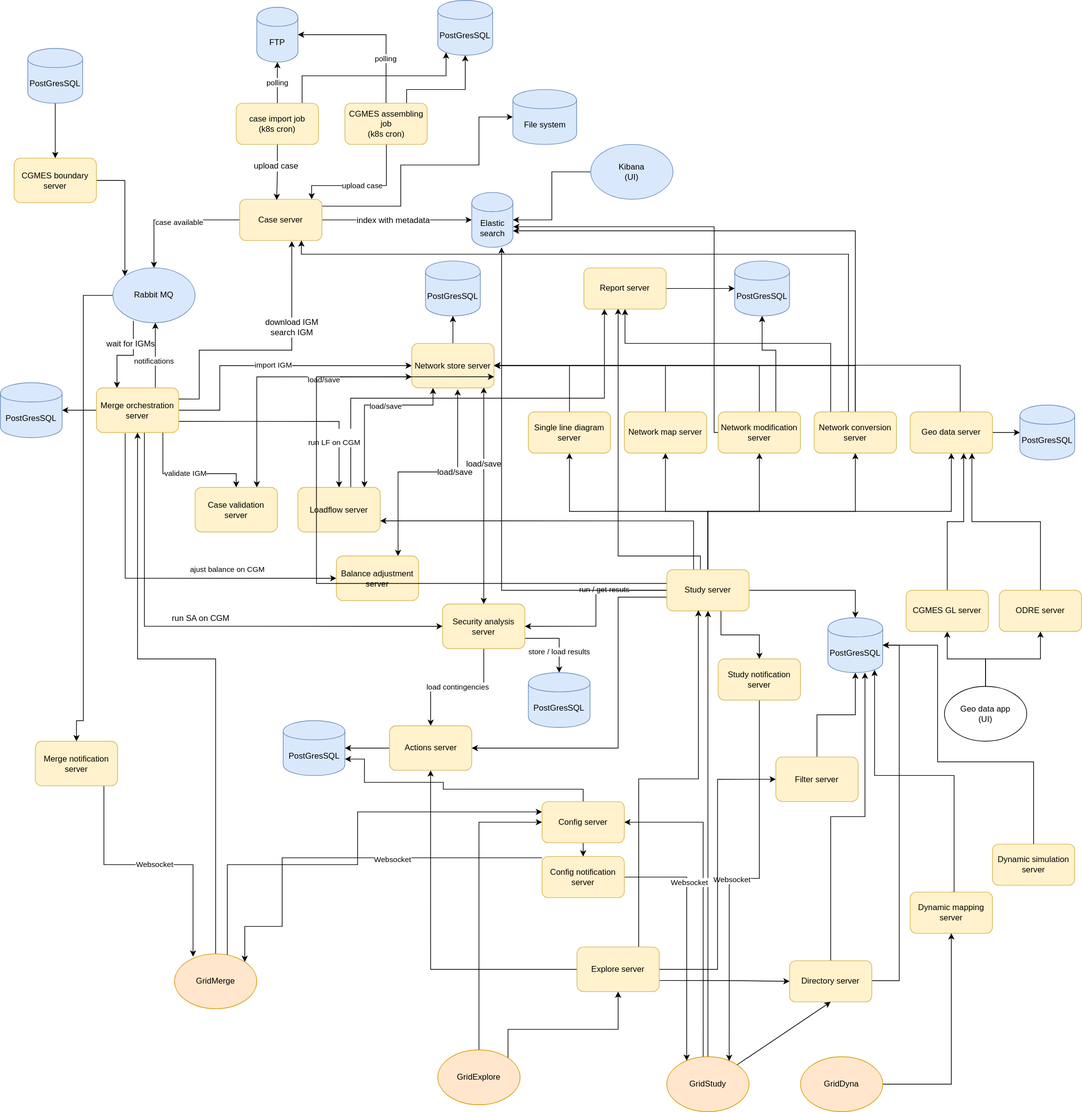
gridsuite/documentation keeps this draw.io diagram as diagrams/gridsuite_architecture.svg. Above is the earlier version. Source tidied: cells renumbered, new cells last; positions are measured from the earlier drawing's top-left corner, leaving out a move shared by most shapes.
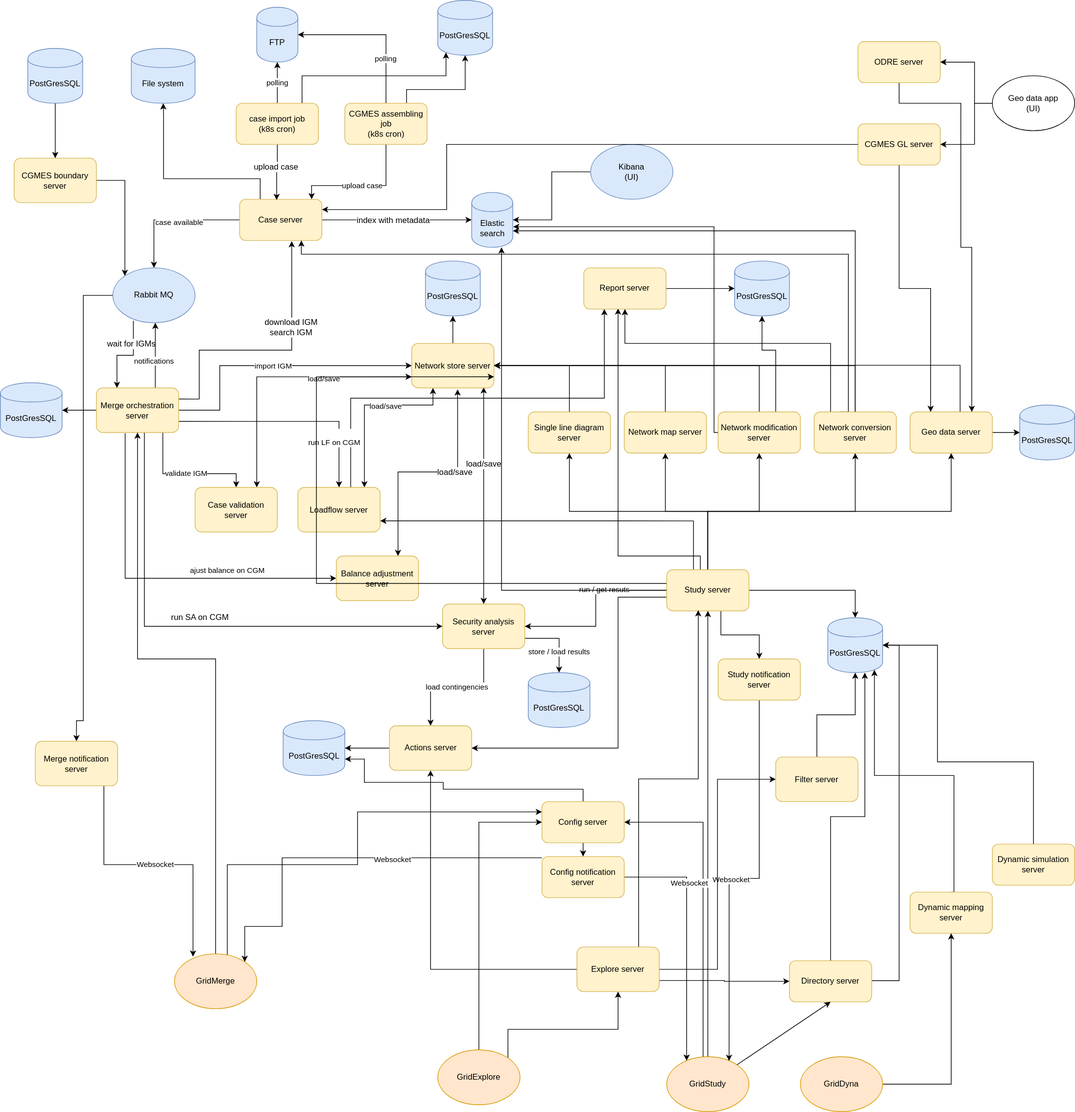
The same file after the commit.

Commit message:
Update diagram for cgmes gl server (#6)

The edit, as a diff of the source:
```diff
@@ -25,13 +25,12 @@
         </Array>
       </mxGeometry>
     </mxCell>
-    <mxCell id="7" style="edgeStyle=orthogonalEdgeStyle;rounded=0;jettySize=auto;html=1;entryX=0;entryY=0.5;entryDx=0;entryDy=0;" parent="1" edge="1" source="8" target="104">
+    <mxCell id="7" style="edgeStyle=orthogonalEdgeStyle;rounded=0;jettySize=auto;html=1;entryX=0.5;entryY=1;entryDx=0;entryDy=0;exitX=0.25;exitY=0;exitDx=0;exitDy=0;" parent="1" edge="1" source="8" target="104">
       <mxGeometry relative="1" as="geometry">
         <Array as="points">
-          <mxPoint x="584" y="300" />
-          <mxPoint x="584" y="240" />
-          <mxPoint x="698" y="240" />
-          <mxPoint x="698" y="170" />
+          <mxPoint x="379" y="260" />
+          <mxPoint x="238" y="260" />
+          <mxPoint x="238" y="170" />
         </Array>
       </mxGeometry>
     </mxCell>
@@ -429,26 +428,43 @@
     <mxCell id="93" value="PostGresSQL" style="shape=cylinder;whiteSpace=wrap;html=1;boundedLbl=1;backgroundOutline=1;fillColor=#dae8fc;strokeColor=#6c8ebf;" parent="1" vertex="1">
       <mxGeometry x="1487" y="590" width="80" height="80" as="geometry" />
     </mxCell>
-    <mxCell id="94" style="edgeStyle=orthogonalEdgeStyle;rounded=0;jettySize=auto;html=1;entryX=0.65;entryY=1;entryDx=0;entryDy=0;entryPerimeter=0;" parent="1" edge="1" source="95" target="92">
+    <mxCell id="94" style="edgeStyle=orthogonalEdgeStyle;rounded=0;jettySize=auto;html=1;entryX=0.25;entryY=0;entryDx=0;entryDy=0;" parent="1" edge="1" source="95" target="92">
       <mxGeometry relative="1" as="geometry" />
     </mxCell>
     <mxCell id="95" value="CGMES GL server" style="rounded=1;whiteSpace=wrap;html=1;fillColor=#fff2cc;strokeColor=#d6b656;" parent="1" vertex="1">
-      <mxGeometry x="1321" y="860" width="120" height="60" as="geometry" />
+      <mxGeometry x="1251" y="180" width="120" height="60" as="geometry" />
     </mxCell>
-    <mxCell id="96" style="edgeStyle=orthogonalEdgeStyle;rounded=0;jettySize=auto;html=1;entryX=0.75;entryY=1;entryDx=0;entryDy=0;exitX=0.5;exitY=0;exitDx=0;exitDy=0;" parent="1" edge="1" source="97" target="92">
-      <mxGeometry relative="1" as="geometry" />
+    <mxCell id="96" style="edgeStyle=orthogonalEdgeStyle;rounded=0;jettySize=auto;html=1;entryX=0.75;entryY=0;entryDx=0;entryDy=0;exitX=0.5;exitY=1;exitDx=0;exitDy=0;" parent="1" edge="1" source="97" target="92">
+      <mxGeometry relative="1" as="geometry">
+        <Array as="points">
+          <mxPoint x="1311" y="150" />
+          <mxPoint x="1401" y="150" />
+          <mxPoint x="1401" y="360" />
+          <mxPoint x="1417" y="360" />
+        </Array>
+      </mxGeometry>
     </mxCell>
     <mxCell id="97" value="ODRE server" style="rounded=1;whiteSpace=wrap;html=1;fillColor=#fff2cc;strokeColor=#d6b656;" parent="1" vertex="1">
-      <mxGeometry x="1457" y="860" width="120" height="60" as="geometry" />
+      <mxGeometry x="1251" y="60" width="120" height="60" as="geometry" />
     </mxCell>
-    <mxCell id="98" style="edgeStyle=orthogonalEdgeStyle;rounded=0;jettySize=auto;html=1;" parent="1" edge="1" source="100" target="95">
-      <mxGeometry relative="1" as="geometry" />
+    <mxCell id="98" style="edgeStyle=orthogonalEdgeStyle;rounded=0;jettySize=auto;html=1;exitX=0;exitY=0.5;exitDx=0;exitDy=0;" parent="1" edge="1" source="100" target="95">
+      <mxGeometry relative="1" as="geometry">
+        <Array as="points">
+          <mxPoint x="1421" y="150" />
+          <mxPoint x="1421" y="210" />
+        </Array>
+      </mxGeometry>
     </mxCell>
-    <mxCell id="99" style="edgeStyle=orthogonalEdgeStyle;rounded=0;jettySize=auto;html=1;entryX=0.5;entryY=1;entryDx=0;entryDy=0;" parent="1" edge="1" source="100" target="97">
-      <mxGeometry relative="1" as="geometry" />
+    <mxCell id="99" style="edgeStyle=orthogonalEdgeStyle;rounded=0;jettySize=auto;html=1;entryX=1;entryY=0.5;entryDx=0;entryDy=0;exitX=0;exitY=0.5;exitDx=0;exitDy=0;" parent="1" edge="1" source="100" target="97">
+      <mxGeometry relative="1" as="geometry">
+        <Array as="points">
+          <mxPoint x="1421" y="150" />
+          <mxPoint x="1421" y="90" />
+        </Array>
+      </mxGeometry>
     </mxCell>
     <mxCell id="100" value="&lt;div&gt;Geo data app &lt;br&gt;&lt;/div&gt;&lt;div&gt;(UI)&lt;/div&gt;" style="ellipse;whiteSpace=wrap;html=1;" parent="1" vertex="1">
-      <mxGeometry x="1377" y="1000" width="120" height="80" as="geometry" />
+      <mxGeometry x="1447" y="110" width="120" height="80" as="geometry" />
     </mxCell>
     <mxCell id="101" style="edgeStyle=orthogonalEdgeStyle;rounded=0;jettySize=auto;html=1;entryX=0.5;entryY=1;entryDx=0;entryDy=0;" parent="1" edge="1" source="103" target="47">
       <mxGeometry relative="1" as="geometry">
@@ -471,7 +487,7 @@
       <mxGeometry x="254" y="1390" width="120" height="80" as="geometry" />
     </mxCell>
     <mxCell id="104" value="File system" style="shape=cylinder;whiteSpace=wrap;html=1;boundedLbl=1;backgroundOutline=1;fillColor=#dae8fc;strokeColor=#6c8ebf;" parent="1" vertex="1">
-      <mxGeometry x="747.5" y="130" width="93" height="80" as="geometry" />
+      <mxGeometry x="191" y="70" width="93" height="80" as="geometry" />
     </mxCell>
     <mxCell id="105" style="edgeStyle=orthogonalEdgeStyle;rounded=0;jettySize=auto;html=1;entryX=1;entryY=0.5;entryDx=0;entryDy=0;" parent="1" edge="1" source="106" target="26">
       <mxGeometry relative="1" as="geometry" />
@@ -663,5 +679,12 @@
     <mxCell id="151" value="PostGresSQL" style="shape=cylinder;whiteSpace=wrap;html=1;boundedLbl=1;backgroundOutline=1;fillColor=#dae8fc;strokeColor=#6c8ebf;" parent="1" vertex="1">
       <mxGeometry x="620" y="380" width="80" height="80" as="geometry" />
     </mxCell>
+    <mxCell id="152" style="endArrow=classic;html=1;rounded=0;entryX=1;entryY=0.25;entryDx=0;entryDy=0;exitX=0;exitY=0.5;exitDx=0;exitDy=0;edgeStyle=elbowEdgeStyle;" parent="1" edge="1" source="95" target="8">
+      <mxGeometry relative="1" as="geometry">
+        <Array as="points">
+          <mxPoint x="651" y="240" />
+        </Array>
+      </mxGeometry>
+    </mxCell>
   </root>
 </mxGraphModel>
```
